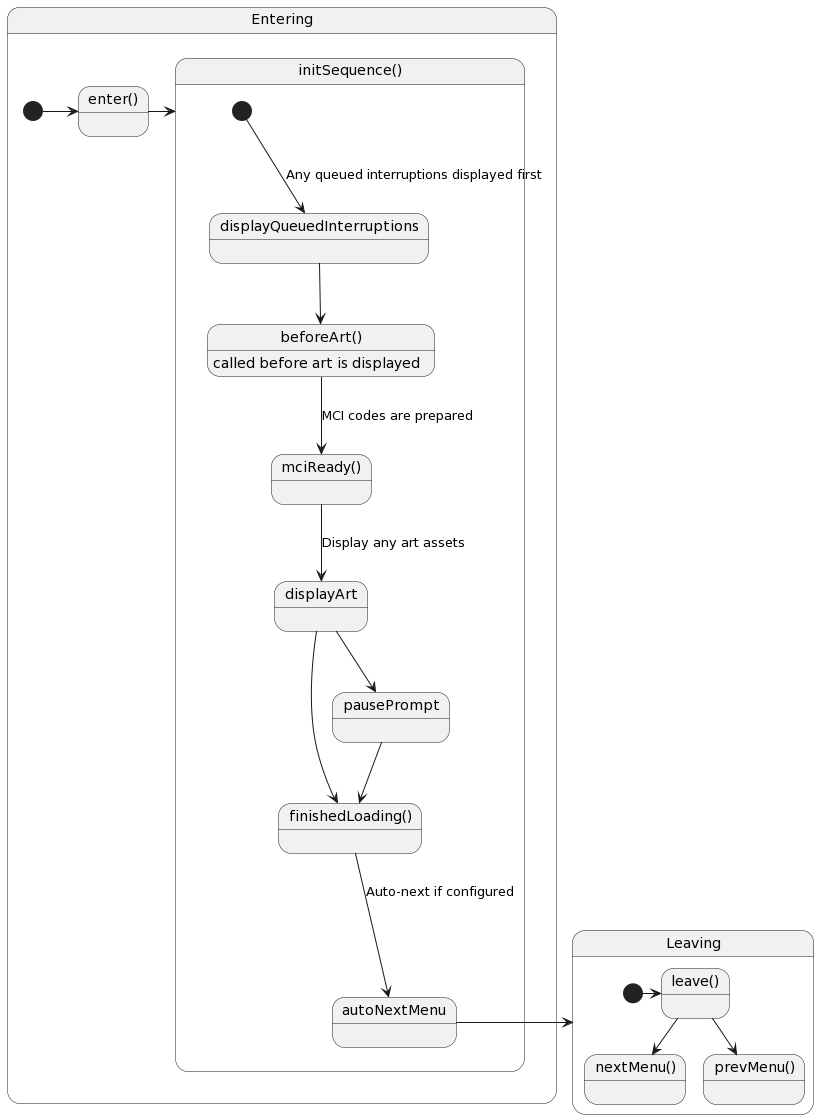
NuSkooler/enigma-bbs keeps this PlantUML diagram as docs/assets/images/basic_menu_lifecycle.png. Above is the earlier version.
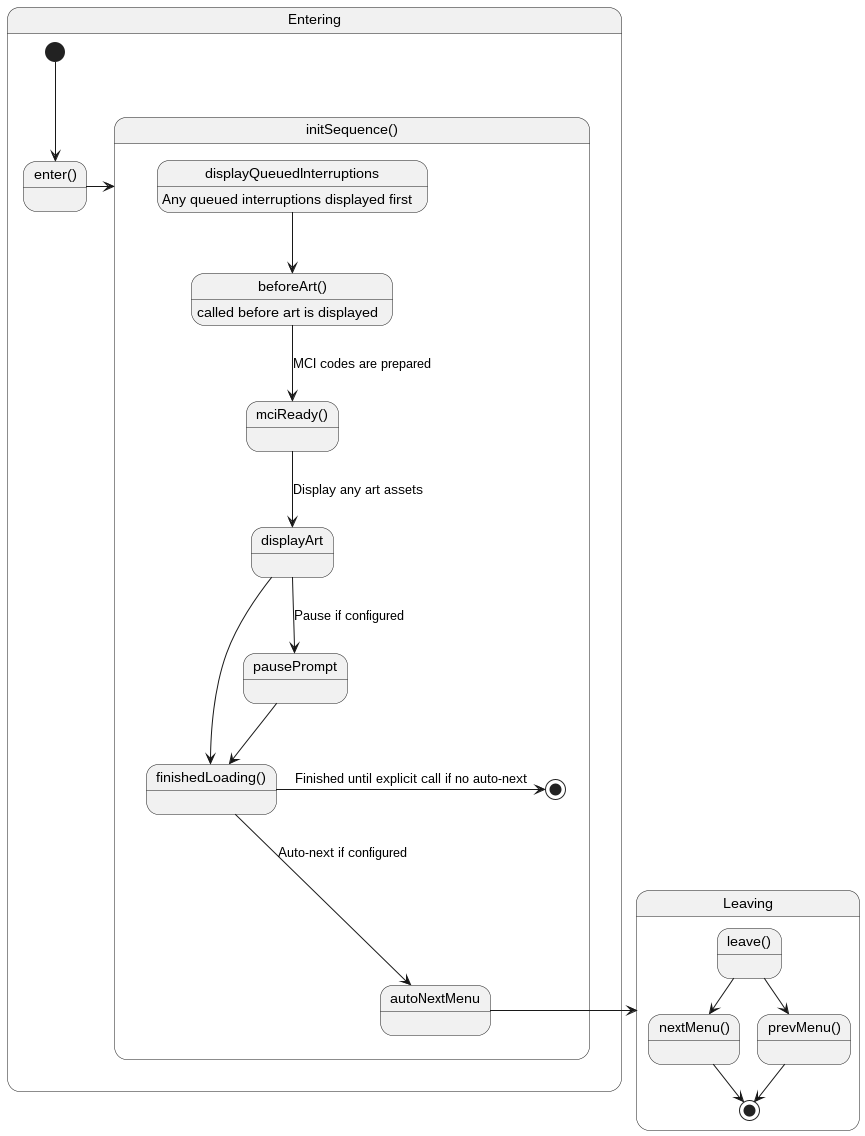
Above is the later version.

Commit message:
Minor lifecycle cleanup

The edit, as a diff of the source:
```diff
@@ -1,12 +1,13 @@
 @startuml
+
 state "Entering" as Entering {
   state "enter()" as enter
 
-  [*] -> enter
+  [*] --> enter
   enter -> InitSequence
 
   state "initSequence()" as InitSequence {
-    [*] --> displayQueuedInterruptions : Any queued interruptions displayed first
+    displayQueuedInterruptions : Any queued interruptions displayed first
 
     state "beforeArt()" as beforeArt : called before art is displayed
     state "mciReady()" as mciReady
@@ -15,23 +16,25 @@
     displayQueuedInterruptions --> beforeArt
     beforeArt --> mciReady : MCI codes are prepared
     mciReady --> displayArt : Display any art assets
-    displayArt --> pausePrompt
+    displayArt --> pausePrompt : Pause if configured
     displayArt --> finishedLoading
     pausePrompt --> finishedLoading
     finishedLoading --> autoNextMenu : Auto-next if configured
+    finishedLoading -> [*] : Finished until explicit call if no auto-next
     autoNextMenu -> Leaving
   }
 }
-
-
 
 state "Leaving" as Leaving {
     state "leave()" as leave
     state "nextMenu()" as nextMenu
     state "prevMenu()" as prevMenu
 
-    [*] -> leave
     leave --> nextMenu
     leave --> prevMenu
+
+   nextMenu --> [*]
+   prevMenu --> [*]
 }
+
 @enduml
```
